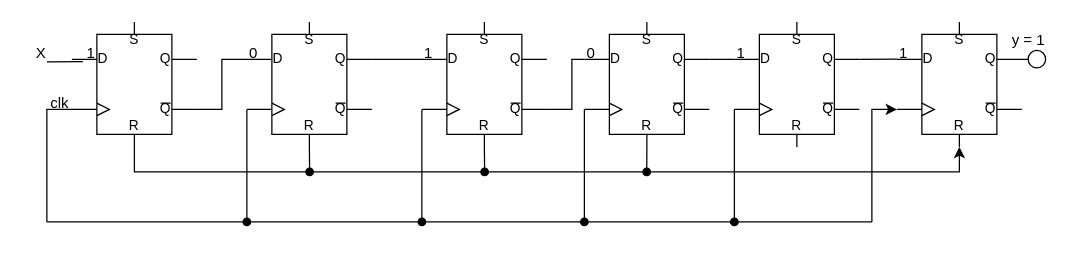
The draw.io diagram DSD_2.2.drawio in hey-emac/CSE5720-Databases, before the edit. Source tidied: cells renumbered, new cells numbered last; positions are measured from the earlier drawing's top-left corner, leaving out a move shared by most shapes. Both pictures are drawn from the tidied source at 125%, with x=0, y=0 at pixel (21, 21).
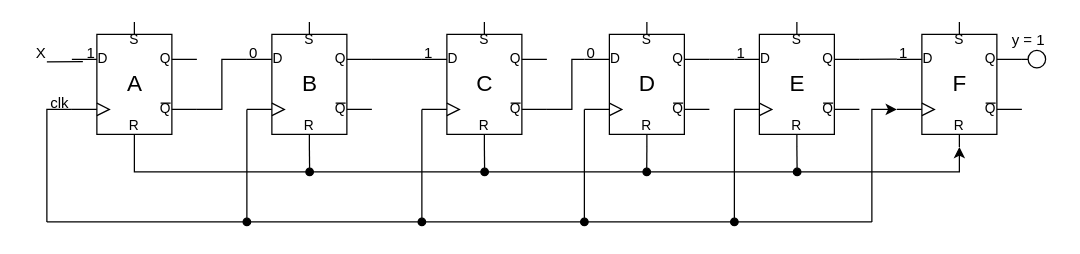
Above is the later version.

The change refers to these unchanged cells:
```xml
<mxCell id="25" style="verticalLabelPosition=bottom;shadow=0;dashed=0;align=center;html=1;verticalAlign=top;shape=mxgraph.electrical.logic_gates.d_type_rs_flip-flop;" parent="1" vertex="1">
  <mxGeometry x="570" width="100" height="100" as="geometry" />
</mxCell>
```

The edit, as a diff of the source:
```diff
@@
+    <mxCell id="35" style="rounded=0;jettySize=auto;html=1;exitX=0.5;exitY=1;exitDx=0;exitDy=0;exitPerimeter=0;endArrow=oval;endFill=1;" parent="1" edge="1" source="25">
+      <mxGeometry relative="1" as="geometry">
+        <mxPoint x="620.2" y="120" as="targetPoint" />
+      </mxGeometry>
+    </mxCell>
@@
+    <mxCell id="36" value="&lt;font style=&quot;font-size: 18px;&quot;&gt;A&lt;/font&gt;" style="text;html=1;align=center;verticalAlign=middle;strokeColor=none;fillColor=none;" parent="1" vertex="1">
+      <mxGeometry x="70" y="30" width="40" height="40" as="geometry" />
+    </mxCell>
+    <mxCell id="37" value="&lt;font style=&quot;font-size: 18px;&quot;&gt;B&lt;/font&gt;" style="text;html=1;align=center;verticalAlign=middle;strokeColor=none;fillColor=none;" parent="1" vertex="1">
+      <mxGeometry x="210" y="30" width="40" height="40" as="geometry" />
+    </mxCell>
+    <mxCell id="38" value="&lt;font style=&quot;font-size: 18px;&quot;&gt;C&lt;/font&gt;" style="text;html=1;align=center;verticalAlign=middle;strokeColor=none;fillColor=none;" parent="1" vertex="1">
+      <mxGeometry x="350" y="30" width="40" height="40" as="geometry" />
+    </mxCell>
+    <mxCell id="39" value="&lt;font style=&quot;font-size: 18px;&quot;&gt;D&lt;/font&gt;" style="text;html=1;align=center;verticalAlign=middle;strokeColor=none;fillColor=none;" parent="1" vertex="1">
+      <mxGeometry x="480" y="30" width="40" height="40" as="geometry" />
+    </mxCell>
+    <mxCell id="40" value="&lt;font style=&quot;font-size: 18px;&quot;&gt;E&lt;/font&gt;" style="text;html=1;align=center;verticalAlign=middle;strokeColor=none;fillColor=none;" parent="1" vertex="1">
+      <mxGeometry x="600" y="30" width="40" height="40" as="geometry" />
+    </mxCell>
+    <mxCell id="41" value="&lt;font style=&quot;font-size: 18px;&quot;&gt;F&lt;/font&gt;" style="text;html=1;align=center;verticalAlign=middle;strokeColor=none;fillColor=none;" parent="1" vertex="1">
+      <mxGeometry x="735" y="30" width="30" height="40" as="geometry" />
+    </mxCell>
```
